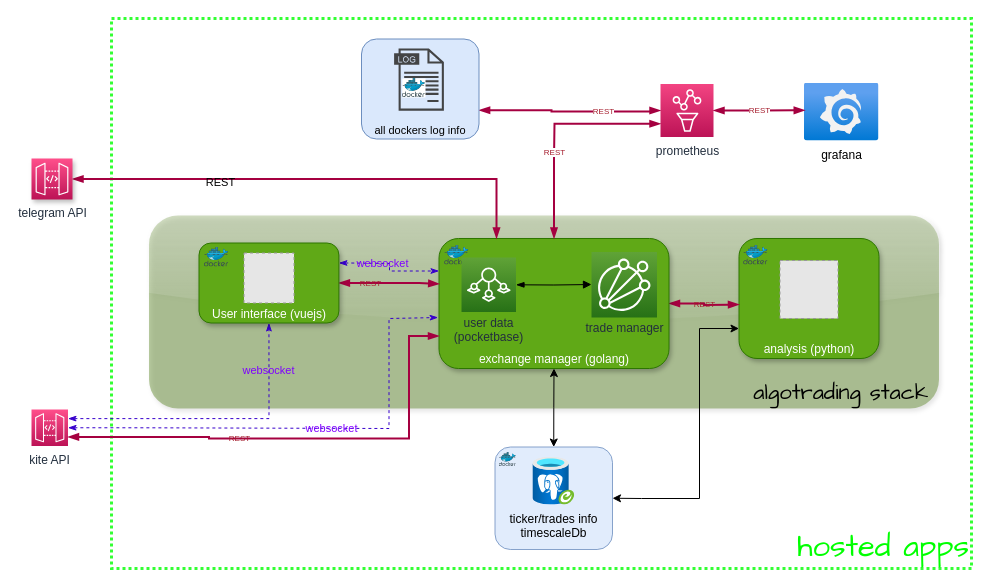
This is Sys Arch - APIs.drawio from p4r4g/algotrading-arch-doc, a draw.io file, before an edit. Source tidied: cells renumbered, new cells numbered last; positions are measured from the earlier drawing's top-left corner, leaving out a move shared by most shapes. Both pictures are drawn from the tidied source at 100%, with x=0, y=0 at pixel (31, 18). Pictures stored in the file or linked from it are replaced by grey dashed boxes.
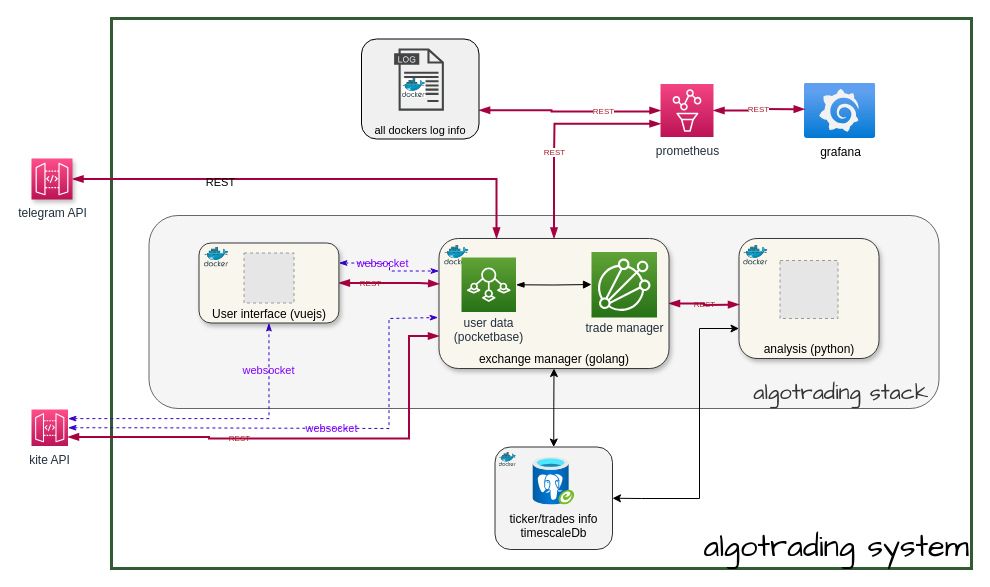
Above is the later version.

The change refers to these unchanged cells:
```xml
<mxCell id="28" style="group;" parent="1" vertex="1">
  <mxGeometry x="167.5" y="224.5" width="720" height="160" as="geometry" />
</mxCell>
<mxCell id="33" style="group;" parent="1" vertex="1">
  <mxGeometry x="463.5" y="428.5" width="117.5" height="102.5" as="geometry" />
</mxCell>
```

What changed in the source:
```diff
@@
-    <mxCell id="2" value="hosted apps" style="rounded=0;whiteSpace=wrap;html=1;shadow=0;glass=1;sketch=0;strokeColor=#00FF00;fontFamily=Architects Daughter;fontSize=31;fontColor=#00FF00;fillColor=none;opacity=80;verticalAlign=bottom;align=right;dashed=1;dashPattern=1 1;strokeWidth=3;" parent="1" vertex="1">
+    <mxCell id="2" value="algotrading system" style="rounded=0;whiteSpace=wrap;html=1;shadow=0;glass=1;sketch=0;fontFamily=Architects Daughter;fontSize=31;opacity=80;verticalAlign=bottom;align=right;strokeWidth=3;fillColor=none;strokeColor=#003300;" parent="1" vertex="1">
       <mxGeometry x="80" width="860" height="550" as="geometry" />
     </mxCell>
-    <mxCell id="3" value="algotrading stack&amp;nbsp; " style="rounded=1;whiteSpace=wrap;html=1;shadow=1;glass=1;sketch=0;strokeColor=none;fillColor=#4D7C0F;fontColor=default;align=right;verticalAlign=bottom;fontFamily=Architects Daughter;fontSize=22;gradientColor=none;opacity=40;" parent="1" vertex="1">
+    <mxCell id="3" value="algotrading stack&amp;nbsp; " style="rounded=1;whiteSpace=wrap;html=1;shadow=0;glass=0;sketch=0;strokeColor=#666666;fillColor=#f5f5f5;align=right;verticalAlign=bottom;fontFamily=Architects Daughter;fontSize=22;fontColor=#333333;" parent="1" vertex="1">
       <mxGeometry x="117.5" y="197" width="790" height="193" as="geometry" />
     </mxCell>
-    <mxCell id="4" value="analysis (python)" style="rounded=1;whiteSpace=wrap;html=1;verticalAlign=bottom;strokeColor=#2D7600;fillColor=#60a917;shadow=1;fontColor=#ffffff;" parent="1" vertex="1">
+    <mxCell id="4" value="analysis (python)" style="rounded=1;whiteSpace=wrap;html=1;verticalAlign=bottom;fillColor=#f9f7ed;shadow=1;strokeColor=#36393d;" parent="1" vertex="1">
       <mxGeometry x="707.5" y="220" width="140" height="120" as="geometry" />
     </mxCell>
@@
-    <mxCell id="7" value="exchange manager (golang)" style="rounded=1;whiteSpace=wrap;html=1;fillColor=#60a917;strokeColor=#2D7600;verticalAlign=bottom;glass=0;shadow=1;fontColor=#ffffff;" parent="1" vertex="1">
+    <mxCell id="7" value="exchange manager (golang)" style="rounded=1;whiteSpace=wrap;html=1;fillColor=#f9f7ed;verticalAlign=bottom;glass=0;shadow=1;strokeColor=#36393d;" parent="1" vertex="1">
       <mxGeometry x="407.5" y="220" width="230" height="130" as="geometry" />
     </mxCell>
@@
     <mxCell id="10" value="grafana" style="html=1;points=[];align=center;image;fontSize=12;image=img/lib/azure2/other/Grafana.svg;labelBackgroundColor=none;" parent="1" vertex="1">
-      <mxGeometry x="772.8" y="64.5" width="74.7" height="58" as="geometry" />
+      <mxGeometry x="772.8" y="64.5" width="71.5" height="55.5" as="geometry" />
     </mxCell>
@@
-    <mxCell id="29" value="User interface (vuejs)" style="rounded=1;whiteSpace=wrap;html=1;verticalAlign=bottom;strokeColor=#2D7600;fillColor=#60a917;shadow=1;fontColor=#ffffff;" parent="28" vertex="1">
+    <mxCell id="29" value="User interface (vuejs)" style="rounded=1;whiteSpace=wrap;html=1;verticalAlign=bottom;fillColor=#f9f7ed;shadow=1;strokeColor=#36393d;" parent="28" vertex="1">
       <mxGeometry width="139.9" height="80" as="geometry" />
     </mxCell>
@@
-    <mxCell id="34" style="rounded=1;whiteSpace=wrap;html=1;fillColor=#dae8fc;strokeColor=#6c8ebf;verticalAlign=bottom;opacity=80;" parent="33" vertex="1">
+    <mxCell id="34" style="rounded=1;whiteSpace=wrap;html=1;verticalAlign=bottom;opacity=80;fillColor=#F0F0F0;" parent="33" vertex="1">
       <mxGeometry width="117.5" height="102.5" as="geometry" />
     </mxCell>
@@
-    <mxCell id="37" value="all dockers log info" style="rounded=1;whiteSpace=wrap;html=1;fontSize=11;verticalAlign=bottom;fillColor=#dae8fc;strokeColor=#6c8ebf;" parent="1" vertex="1">
+    <mxCell id="37" value="all dockers log info" style="rounded=1;whiteSpace=wrap;html=1;fontSize=11;verticalAlign=bottom;fillColor=#F0F0F0;" parent="1" vertex="1">
       <mxGeometry x="330" y="20.5" width="117.5" height="100" as="geometry" />
     </mxCell>
```
